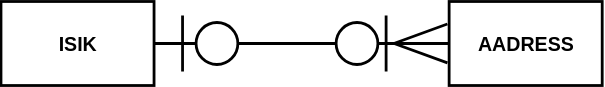
Before: pildid/Olemi_näide_5.svg, a diagram exported from draw.io (Rihosepp-40B/TarkvaraArendusprotsess). Source tidied: cells renumbered, new cells last; positions are measured from the earlier drawing's top-left corner, leaving out a move shared by most shapes.
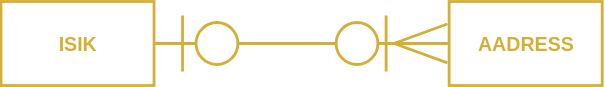
Later version of the same file.

The edit, as a diff of the source:
```diff
@@ -2,37 +2,37 @@
   <root>
     <mxCell id="0" />
     <mxCell id="1" parent="0" />
-    <mxCell id="2" style="line;strokeWidth=2;html=1;fontColor=light-dark(#000000,#D4AF37);strokeColor=light-dark(#000000,#D4AF37);" parent="1" vertex="1">
+    <mxCell id="2" style="line;strokeWidth=2;html=1;fontColor=light-dark(#D4AF37,#D4AF37);strokeColor=light-dark(#D4AF37,#D4AF37);" parent="1" vertex="1">
       <mxGeometry x="109" y="25" width="30" height="10" as="geometry" />
     </mxCell>
-    <mxCell id="3" style="line;strokeWidth=2;html=1;direction=south;fontColor=light-dark(#000000,#D4AF37);strokeColor=light-dark(#000000,#D4AF37);" parent="1" vertex="1">
+    <mxCell id="3" style="line;strokeWidth=2;html=1;direction=south;fontColor=light-dark(#D4AF37,#D4AF37);strokeColor=light-dark(#D4AF37,#D4AF37);" parent="1" vertex="1">
       <mxGeometry x="124.4" y="10" width="10" height="40" as="geometry" />
     </mxCell>
-    <mxCell id="4" style="line;strokeWidth=2;html=1;direction=south;fontColor=light-dark(#000000,#D4AF37);strokeColor=light-dark(#000000,#D4AF37);" parent="1" vertex="1">
+    <mxCell id="4" style="line;strokeWidth=2;html=1;direction=south;fontColor=light-dark(#D4AF37,#D4AF37);strokeColor=light-dark(#D4AF37,#D4AF37);" parent="1" vertex="1">
       <mxGeometry x="269.7" y="10" width="10" height="40" as="geometry" />
     </mxCell>
-    <mxCell id="5" style="verticalLabelPosition=bottom;verticalAlign=top;html=1;shape=mxgraph.flowchart.on-page_reference;fillColor=none;strokeWidth=2;fontColor=light-dark(#000000,#D4AF37);strokeColor=light-dark(#000000,#D4AF37);" parent="1" vertex="1">
+    <mxCell id="5" style="verticalLabelPosition=bottom;verticalAlign=top;html=1;shape=mxgraph.flowchart.on-page_reference;fillColor=none;strokeWidth=2;fontColor=light-dark(#D4AF37,#D4AF37);strokeColor=light-dark(#D4AF37,#D4AF37);" parent="1" vertex="1">
       <mxGeometry x="239" y="15" width="29.9" height="30" as="geometry" />
     </mxCell>
-    <mxCell id="6" style="line;strokeWidth=2;html=1;fontColor=light-dark(#000000,#D4AF37);strokeColor=light-dark(#000000,#D4AF37);" parent="1" vertex="1">
+    <mxCell id="6" style="line;strokeWidth=2;html=1;fontColor=light-dark(#D4AF37,#D4AF37);strokeColor=light-dark(#D4AF37,#D4AF37);" parent="1" vertex="1">
       <mxGeometry x="269" y="25" width="50" height="10" as="geometry" />
     </mxCell>
-    <mxCell id="7" style="line;strokeWidth=2;html=1;rotation=-20;fontColor=light-dark(#000000,#D4AF37);strokeColor=light-dark(#000000,#D4AF37);" parent="1" vertex="1">
+    <mxCell id="7" style="line;strokeWidth=2;html=1;rotation=-20;fontColor=light-dark(#D4AF37,#D4AF37);strokeColor=light-dark(#D4AF37,#D4AF37);" parent="1" vertex="1">
       <mxGeometry x="279" y="18" width="40.7" height="10" as="geometry" />
     </mxCell>
-    <mxCell id="8" style="line;strokeWidth=2;html=1;rotation=20;fontColor=light-dark(#000000,#D4AF37);strokeColor=light-dark(#000000,#D4AF37);" parent="1" vertex="1">
+    <mxCell id="8" style="line;strokeWidth=2;html=1;rotation=20;fontColor=light-dark(#D4AF37,#D4AF37);strokeColor=light-dark(#D4AF37,#D4AF37);" parent="1" vertex="1">
       <mxGeometry x="279.7" y="32" width="40" height="10" as="geometry" />
     </mxCell>
-    <mxCell id="9" value="AADRESS" style="whiteSpace=wrap;html=1;align=center;fontColor=light-dark(#000000,#D4AF37);strokeColor=light-dark(#000000,#D4AF37);strokeWidth=2;fontSize=14;fontStyle=1;fillColor=none;" parent="1" vertex="1">
+    <mxCell id="9" value="AADRESS" style="whiteSpace=wrap;html=1;align=center;fontColor=light-dark(#D4AF37,#D4AF37);strokeColor=light-dark(#D4AF37,#D4AF37);strokeWidth=2;fontSize=14;fontStyle=1;fillColor=none;" parent="1" vertex="1">
       <mxGeometry x="319.7" width="109.3" height="60" as="geometry" />
     </mxCell>
-    <mxCell id="10" value="ISIK" style="whiteSpace=wrap;html=1;align=center;fontColor=light-dark(#000000,#D4AF37);strokeColor=light-dark(#000000,#D4AF37);strokeWidth=2;fontSize=14;fontStyle=1;fillColor=none;" parent="1" vertex="1">
+    <mxCell id="10" value="ISIK" style="whiteSpace=wrap;html=1;align=center;fontColor=light-dark(#D4AF37,#D4AF37);strokeColor=light-dark(#D4AF37,#D4AF37);strokeWidth=2;fontSize=14;fontStyle=1;fillColor=none;" parent="1" vertex="1">
       <mxGeometry x="-0.3" width="109.3" height="60" as="geometry" />
     </mxCell>
-    <mxCell id="11" style="verticalLabelPosition=bottom;verticalAlign=top;html=1;shape=mxgraph.flowchart.on-page_reference;fillColor=none;strokeWidth=2;fontColor=light-dark(#000000,#D4AF37);strokeColor=light-dark(#000000,#D4AF37);" parent="1" vertex="1">
+    <mxCell id="11" style="verticalLabelPosition=bottom;verticalAlign=top;html=1;shape=mxgraph.flowchart.on-page_reference;fillColor=none;strokeWidth=2;fontColor=light-dark(#D4AF37,#D4AF37);strokeColor=light-dark(#D4AF37,#D4AF37);" parent="1" vertex="1">
       <mxGeometry x="139" y="15" width="29.9" height="30" as="geometry" />
     </mxCell>
-    <mxCell id="12" style="line;strokeWidth=2;html=1;fontColor=light-dark(#000000,#D4AF37);strokeColor=light-dark(#000000,#D4AF37);" parent="1" vertex="1">
+    <mxCell id="12" style="line;strokeWidth=2;html=1;fontColor=light-dark(#D4AF37,#D4AF37);strokeColor=light-dark(#D4AF37,#D4AF37);" parent="1" vertex="1">
       <mxGeometry x="168.9" y="25" width="70.2" height="10" as="geometry" />
     </mxCell>
   </root>
```
